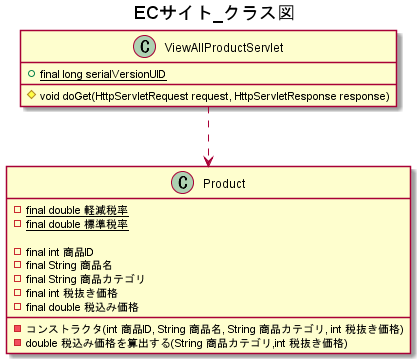
Above: UML/ECサイト_クラス図.png in wnakayama/ojt_ecsite (PlantUML), before the change.
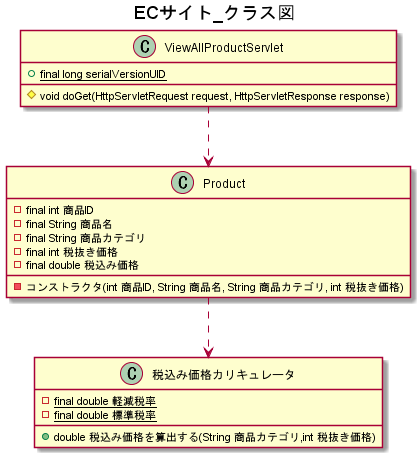
The same diagram one commit later.

Diff of the diagram source:
```diff
@@ -9,8 +9,6 @@
 
 ViewAllProductServlet ..> Product
 class Product {
-    -{static}final double 軽減税率
-    -{static}final double 標準税率
 
     -final int 商品ID
     -final String 商品名
@@ -19,7 +17,14 @@
     -final double 税込み価格
 
     -コンストラクタ(int 商品ID, String 商品名, String 商品カテゴリ, int 税抜き価格)
-    -double 税込み価格を算出する(String 商品カテゴリ,int 税抜き価格)
+}
+
+Product ..> 税込み価格カリキュレータ
+class 税込み価格カリキュレータ {
+    -{static}final double 軽減税率
+    -{static}final double 標準税率
+
+    +double 税込み価格を算出する(String 商品カテゴリ,int 税抜き価格)
 }
 
 @enduml
```
